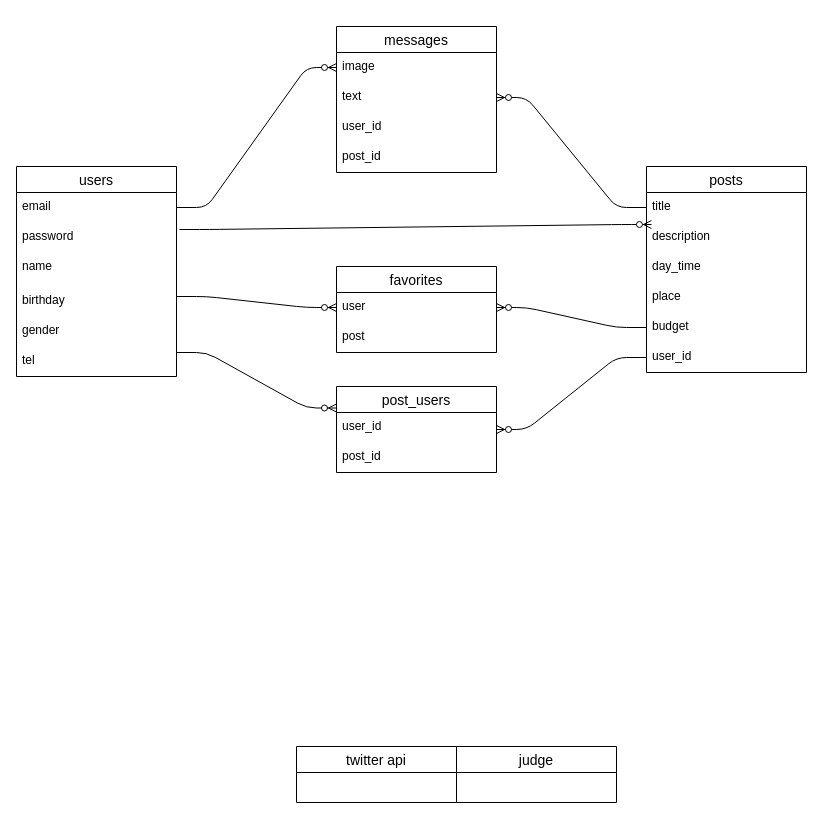
Before: oriapp2.dio in koyama1058/oriapp, a draw.io diagram. Source tidied: cells renumbered, new cells numbered last; positions are measured from the earlier drawing's top-left corner, leaving out a move shared by most shapes. Both pictures are drawn from the tidied source at 100%, with x=0, y=0 at pixel (16, 26).
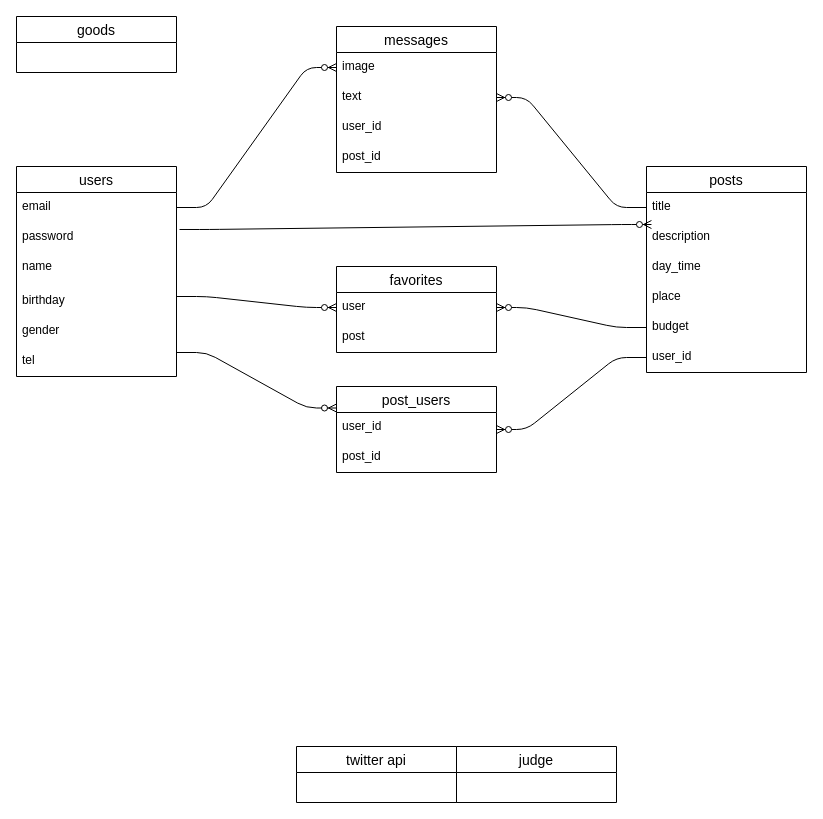
The same page after the edit.

Change to the diagram source:
```diff
@@
+    <mxCell id="36" value="goods" style="swimlane;fontStyle=0;horizontal=1;startSize=26;align=center;fontSize=14;" parent="1" vertex="1">
+      <mxGeometry y="-10" width="160" height="56" as="geometry" />
+    </mxCell>
```
